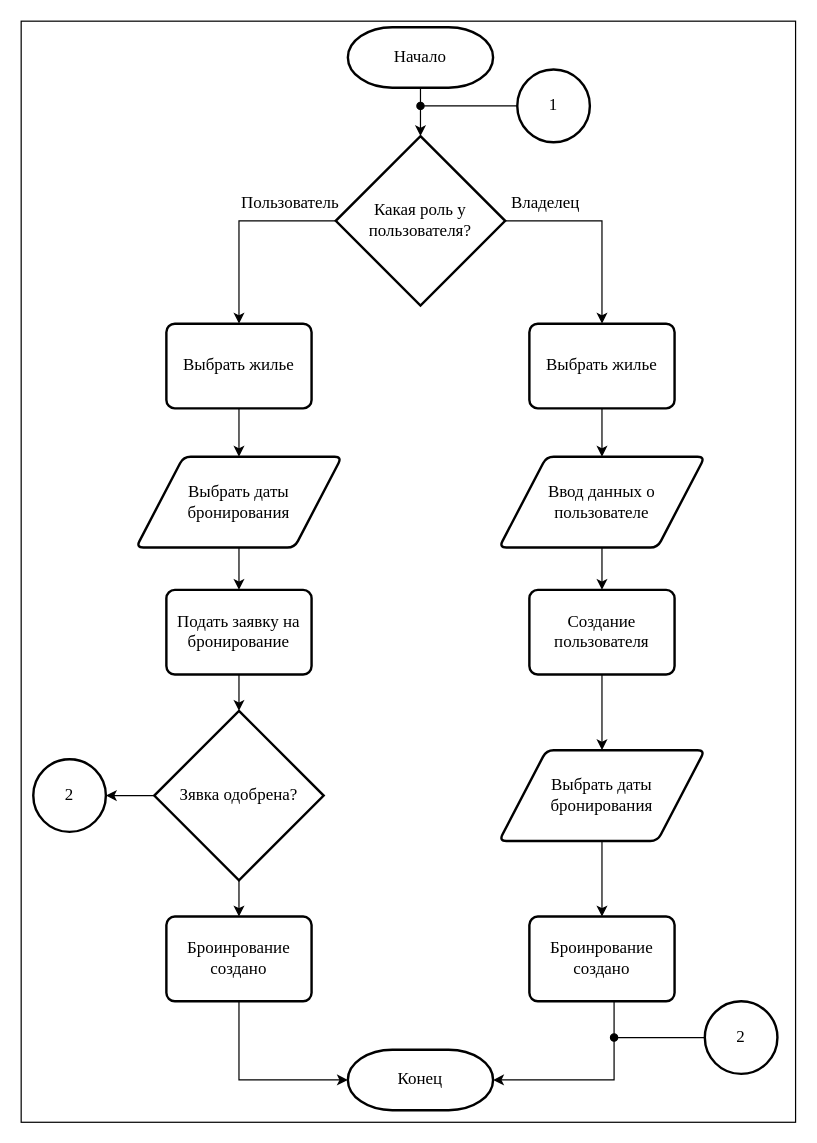
Earlier version of the draw.io diagram KURSACH/Алгоритм бронирования жилья.drawio (Slnpa/Diplom). Source tidied: cells renumbered, new cells numbered last; positions are measured from the earlier drawing's top-left corner, leaving out a move shared by most shapes. Both pictures are drawn from the tidied source at 121%, with x=0, y=0 at pixel (21, 21).
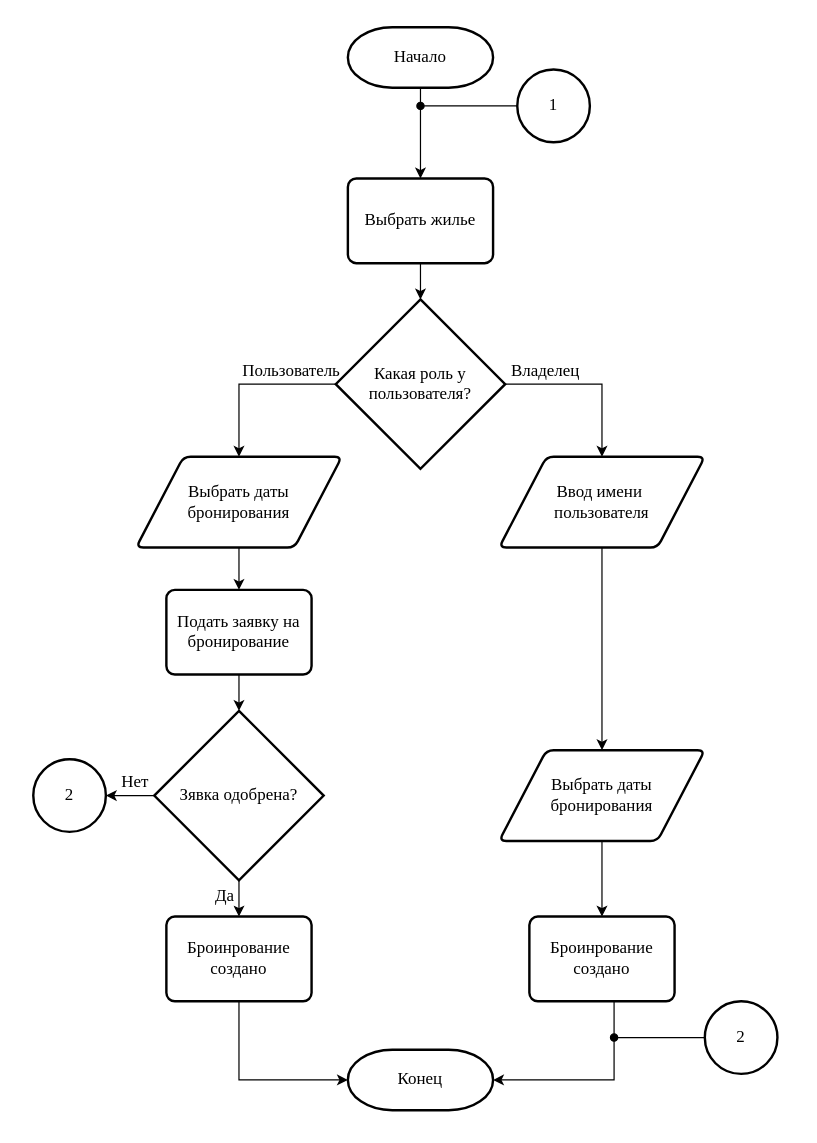
The same diagram, later.

The change refers to these unchanged cells:
```xml
<mxCell id="4" value="Начало" style="strokeWidth=2;html=1;shape=mxgraph.flowchart.terminator;whiteSpace=wrap;fontFamily=Times New Roman;fontSize=14;" parent="1" vertex="1">
  <mxGeometry x="270" y="5" width="120" height="50" as="geometry" />
</mxCell>
<mxCell id="21" value="Выбрать даты&lt;div&gt;бронирования&lt;/div&gt;" style="shape=parallelogram;html=1;strokeWidth=2;perimeter=parallelogramPerimeter;whiteSpace=wrap;rounded=1;arcSize=12;size=0.23;fontFamily=Times New Roman;fontSize=14;" parent="1" vertex="1">
  <mxGeometry x="95" y="360" width="170" height="75" as="geometry" />
</mxCell>
<mxCell id="24" style="edgeStyle=orthogonalEdgeStyle;rounded=0;jettySize=auto;html=1;fontFamily=Times New Roman;fontSize=14;" parent="1" edge="1" source="26" target="27">
  <mxGeometry relative="1" as="geometry" />
</mxCell>
<mxCell id="25" style="edgeStyle=orthogonalEdgeStyle;rounded=0;jettySize=auto;html=1;fontFamily=Times New Roman;fontSize=14;" parent="1" edge="1" source="26" target="29">
  <mxGeometry relative="1" as="geometry" />
</mxCell>
<mxCell id="32" value="Выбрать даты&lt;div&gt;бронирования&lt;/div&gt;" style="shape=parallelogram;html=1;strokeWidth=2;perimeter=parallelogramPerimeter;whiteSpace=wrap;rounded=1;arcSize=12;size=0.23;fontFamily=Times New Roman;fontSize=14;" parent="1" vertex="1">
  <mxGeometry x="395" y="602.5" width="170" height="75" as="geometry" />
</mxCell>
```

The edit, as a diff of the source:
```diff
@@
-    <mxCell id="2" style="rounded=0;whiteSpace=wrap;html=1;" parent="1" vertex="1">
-      <mxGeometry width="640" height="910" as="geometry" />
-    </mxCell>
-    <mxCell id="3" style="edgeStyle=orthogonalEdgeStyle;rounded=0;jettySize=auto;html=1;fontFamily=Times New Roman;fontSize=14;" parent="1" edge="1" source="4">
-      <mxGeometry relative="1" as="geometry">
-        <mxPoint x="330" y="95" as="targetPoint" />
-      </mxGeometry>
+    <mxCell id="3" style="edgeStyle=orthogonalEdgeStyle;rounded=0;jettySize=auto;html=1;fontFamily=Times New Roman;fontSize=14;" parent="1" edge="1" source="4" target="19">
+      <mxGeometry relative="1" as="geometry" />
     </mxCell>
@@
-    <mxCell id="7" style="edgeStyle=orthogonalEdgeStyle;rounded=0;jettySize=auto;html=1;fontFamily=Times New Roman;fontSize=14;" parent="1" edge="1" source="8" target="17">
-      <mxGeometry relative="1" as="geometry" />
-    </mxCell>
+    <mxCell id="37" style="edgeStyle=orthogonalEdgeStyle;rounded=0;jettySize=auto;html=1;fontFamily=Times New Roman;fontSize=14;" parent="1" edge="1" source="8" target="32">
+      <mxGeometry relative="1" as="geometry" />
+    </mxCell>
-    <mxCell id="8" value="Ввод данных о пользователе" style="shape=parallelogram;html=1;strokeWidth=2;perimeter=parallelogramPerimeter;whiteSpace=wrap;rounded=1;arcSize=12;size=0.23;fontFamily=Times New Roman;fontSize=14;" parent="1" vertex="1">
+    <mxCell id="8" value="Ввод имени&amp;nbsp;&lt;div&gt;пользователя&lt;/div&gt;" style="shape=parallelogram;html=1;strokeWidth=2;perimeter=parallelogramPerimeter;whiteSpace=wrap;rounded=1;arcSize=12;size=0.23;fontFamily=Times New Roman;fontSize=14;" parent="1" vertex="1">
       <mxGeometry x="395" y="360" width="170" height="75" as="geometry" />
     </mxCell>
-    <mxCell id="9" style="edgeStyle=orthogonalEdgeStyle;rounded=0;jettySize=auto;html=1;fontFamily=Times New Roman;fontSize=14;" parent="1" edge="1" source="10" target="8">
-      <mxGeometry relative="1" as="geometry" />
-    </mxCell>
-    <mxCell id="10" value="Выбрать жилье" style="rounded=1;whiteSpace=wrap;html=1;absoluteArcSize=1;arcSize=14;strokeWidth=2;fontFamily=Times New Roman;fontSize=14;" parent="1" vertex="1">
-      <mxGeometry x="420" y="250" width="120" height="70" as="geometry" />
-    </mxCell>
-    <mxCell id="11" style="edgeStyle=orthogonalEdgeStyle;rounded=0;jettySize=auto;html=1;fontFamily=Times New Roman;fontSize=14;" parent="1" edge="1" source="15" target="10">
-      <mxGeometry relative="1" as="geometry">
-        <Array as="points">
-          <mxPoint x="480" y="165" />
-        </Array>
-      </mxGeometry>
-    </mxCell>
+    <mxCell id="38" style="edgeStyle=orthogonalEdgeStyle;rounded=0;jettySize=auto;html=1;fontFamily=Times New Roman;fontSize=14;" parent="1" edge="1" source="15" target="21">
+      <mxGeometry relative="1" as="geometry">
+        <Array as="points">
+          <mxPoint x="180" y="300" />
+        </Array>
+      </mxGeometry>
+    </mxCell>
-    <mxCell id="12" value="Пользователь" style="edgeLabel;html=1;align=center;verticalAlign=middle;fontFamily=Times New Roman;fontSize=14;" parent="11" vertex="1">
-      <mxGeometry x="-0.65" y="2" relative="1" as="geometry">
-        <mxPoint x="-208" y="-13" as="offset" />
+    <mxCell id="12" value="Пользователь" style="edgeLabel;html=1;align=center;verticalAlign=middle;fontFamily=Times New Roman;fontSize=14;" parent="38" vertex="1">
+      <mxGeometry x="-0.5" y="-1" relative="1" as="geometry">
+        <mxPoint x="-3" y="-10" as="offset" />
       </mxGeometry>
     </mxCell>
-    <mxCell id="13" style="edgeStyle=orthogonalEdgeStyle;rounded=0;jettySize=auto;html=1;fontFamily=Times New Roman;fontSize=14;" parent="1" edge="1" source="15" target="19">
-      <mxGeometry relative="1" as="geometry" />
-    </mxCell>
+    <mxCell id="39" style="edgeStyle=orthogonalEdgeStyle;rounded=0;jettySize=auto;html=1;fontFamily=Times New Roman;fontSize=14;" parent="1" edge="1" source="15" target="8">
+      <mxGeometry relative="1" as="geometry">
+        <Array as="points">
+          <mxPoint x="480" y="300" />
+        </Array>
+      </mxGeometry>
+    </mxCell>
-    <mxCell id="14" value="Владелец" style="edgeLabel;html=1;align=center;verticalAlign=middle;fontFamily=Times New Roman;fontSize=14;" parent="13" vertex="1">
-      <mxGeometry x="-0.53" y="1" relative="1" as="geometry">
-        <mxPoint x="211" y="-16" as="offset" />
+    <mxCell id="14" value="Владелец" style="edgeLabel;html=1;align=center;verticalAlign=middle;fontFamily=Times New Roman;fontSize=14;" parent="39" vertex="1">
+      <mxGeometry x="-0.42" y="-2" relative="1" as="geometry">
+        <mxPoint x="-9" y="-13" as="offset" />
       </mxGeometry>
     </mxCell>
     <mxCell id="15" value="Какая роль у пользователя?" style="strokeWidth=2;html=1;shape=mxgraph.flowchart.decision;whiteSpace=wrap;fontFamily=Times New Roman;fontSize=14;align=center;verticalAlign=middle;" parent="1" vertex="1">
-      <mxGeometry x="260" y="95" width="140" height="140" as="geometry" />
+      <mxGeometry x="260" y="230" width="140" height="140" as="geometry" />
     </mxCell>
-    <mxCell id="16" style="edgeStyle=orthogonalEdgeStyle;rounded=0;jettySize=auto;html=1;fontFamily=Times New Roman;fontSize=14;" parent="1" edge="1" source="17" target="32">
-      <mxGeometry relative="1" as="geometry" />
-    </mxCell>
-    <mxCell id="17" value="Создание пользователя" style="rounded=1;whiteSpace=wrap;html=1;absoluteArcSize=1;arcSize=14;strokeWidth=2;fontFamily=Times New Roman;fontSize=14;" parent="1" vertex="1">
-      <mxGeometry x="420" y="470" width="120" height="70" as="geometry" />
-    </mxCell>
-    <mxCell id="18" style="edgeStyle=orthogonalEdgeStyle;rounded=0;jettySize=auto;html=1;fontFamily=Times New Roman;fontSize=14;" parent="1" edge="1" source="19" target="21">
-      <mxGeometry relative="1" as="geometry" />
-    </mxCell>
+    <mxCell id="40" style="edgeStyle=orthogonalEdgeStyle;rounded=0;jettySize=auto;html=1;fontFamily=Times New Roman;fontSize=14;" parent="1" edge="1" source="19" target="15">
+      <mxGeometry relative="1" as="geometry" />
+    </mxCell>
     <mxCell id="19" value="Выбрать жилье" style="rounded=1;whiteSpace=wrap;html=1;absoluteArcSize=1;arcSize=14;strokeWidth=2;fontFamily=Times New Roman;fontSize=14;" parent="1" vertex="1">
-      <mxGeometry x="120" y="250" width="120" height="70" as="geometry" />
+      <mxGeometry x="270" y="130" width="120" height="70" as="geometry" />
     </mxCell>
@@
+    <mxCell id="41" value="Нет" style="edgeLabel;html=1;align=center;verticalAlign=middle;fontFamily=Times New Roman;fontSize=14;" parent="24" vertex="1">
+      <mxGeometry x="-0.16" y="2" relative="1" as="geometry">
+        <mxPoint y="-14" as="offset" />
+      </mxGeometry>
+    </mxCell>
@@
+    <mxCell id="42" value="Да" style="edgeLabel;html=1;align=center;verticalAlign=middle;fontFamily=Times New Roman;fontSize=14;" parent="25" vertex="1">
+      <mxGeometry x="0.32" y="1" relative="1" as="geometry">
+        <mxPoint x="-14" as="offset" />
+      </mxGeometry>
+    </mxCell>
```
